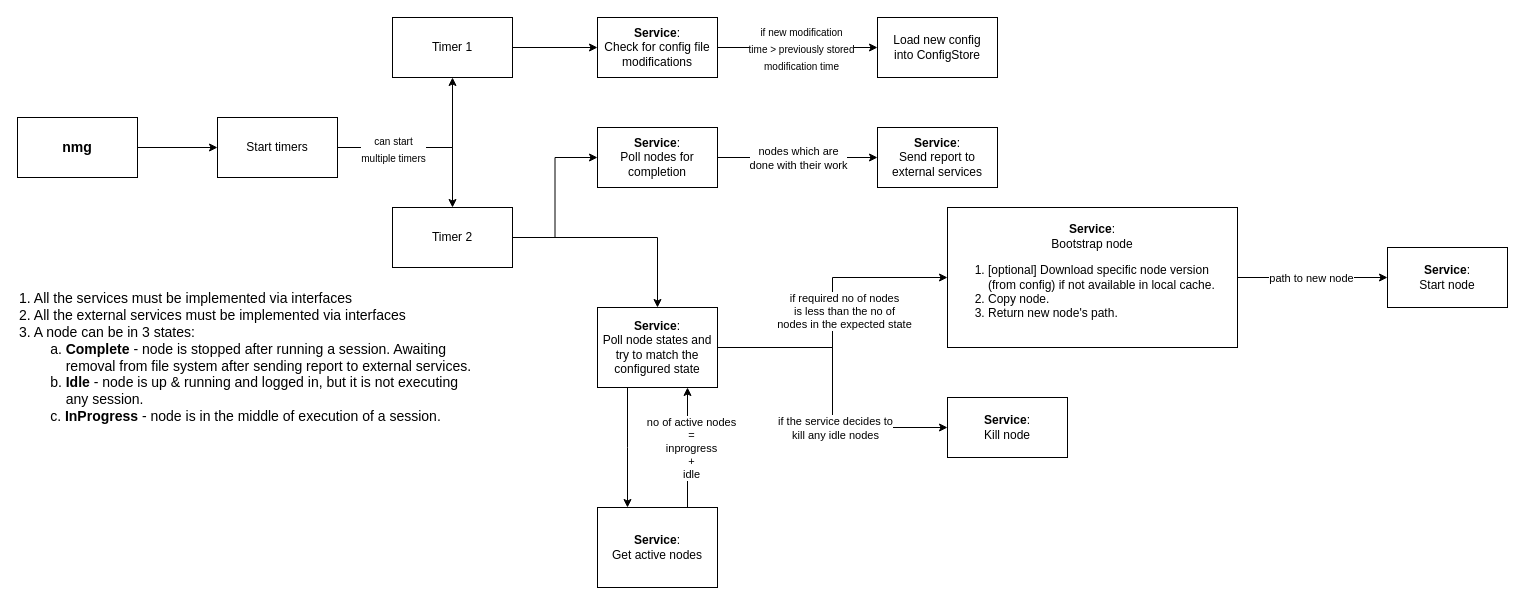
Earlier version of the draw.io diagram page "Page-1" (1 of 2) of docs/node_manager.drawio (sazid/node_manager). Source tidied: cells renumbered, new cells numbered last; positions are measured from the earlier drawing's top-left corner, leaving out a move shared by most shapes. Both pictures are drawn from the tidied source at 100%, with x=0, y=0 at pixel (17, 17).
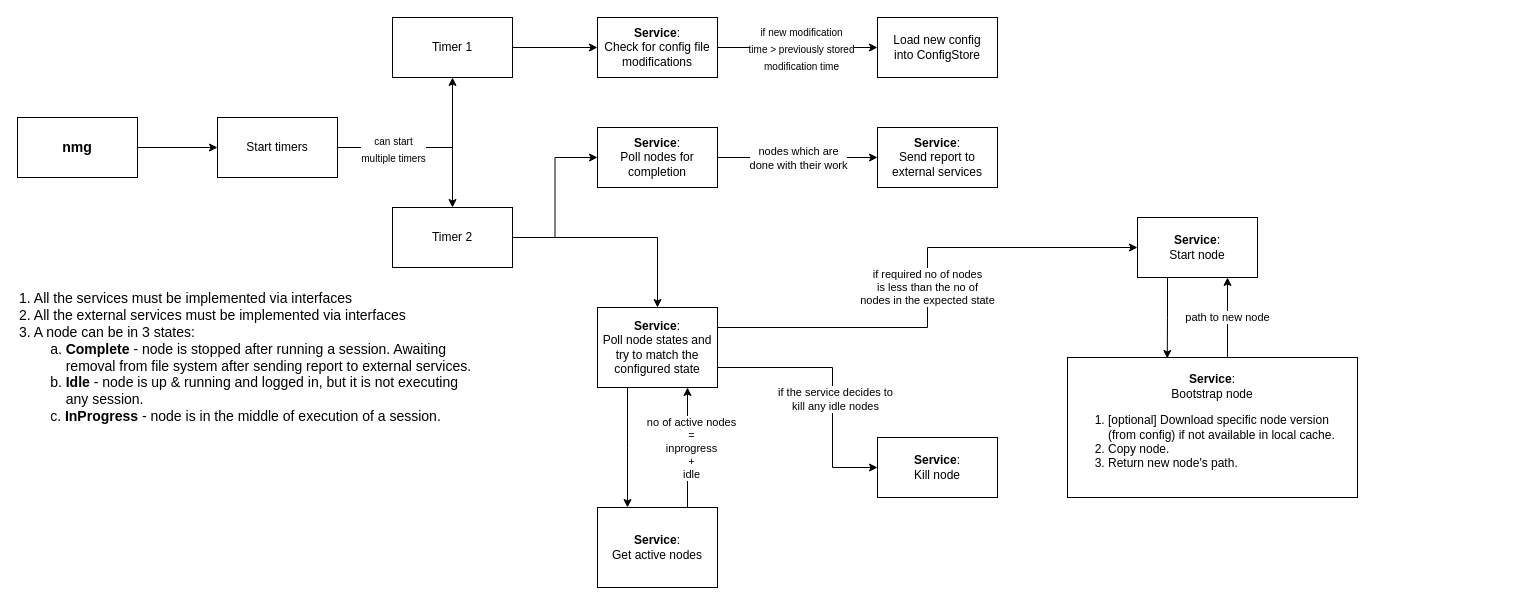
After the change.

Commit message (it also covers changes not shown here):
add bootstrap node service with tests

The change refers to these unchanged cells:
```xml
<mxCell id="22" value="&lt;div&gt;&lt;b&gt;Service&lt;/b&gt;:&lt;/div&gt;Poll node states and try to match the configured state" style="rounded=0;whiteSpace=wrap;html=1;" parent="1" vertex="1">
  <mxGeometry x="580" y="290" width="120" height="80" as="geometry" />
</mxCell>
```

Change to the diagram source:
```diff
@@
-    <mxCell id="18" style="edgeStyle=orthogonalEdgeStyle;rounded=0;jettySize=auto;html=1;entryX=0;entryY=0.5;entryDx=0;entryDy=0;fontSize=12;" parent="1" edge="1" source="22" target="29">
-      <mxGeometry relative="1" as="geometry" />
-    </mxCell>
-    <mxCell id="19" value="&lt;font style=&quot;font-size: 11px;&quot;&gt;if required no of nodes &lt;br style=&quot;font-size: 11px;&quot;&gt;is less than the no of&lt;br style=&quot;font-size: 11px;&quot;&gt;nodes in the expected state&lt;br style=&quot;font-size: 11px;&quot;&gt;&lt;/font&gt;" style="edgeLabel;html=1;align=center;verticalAlign=middle;fontSize=11;" parent="18" vertex="1">
-      <mxGeometry x="-0.13" y="-2" relative="1" as="geometry">
-        <mxPoint x="9" y="-21" as="offset" />
-      </mxGeometry>
-    </mxCell>
     <mxCell id="20" style="edgeStyle=orthogonalEdgeStyle;rounded=0;jettySize=auto;html=1;entryX=0;entryY=0.5;entryDx=0;entryDy=0;" parent="1" edge="1" source="22" target="34">
-      <mxGeometry relative="1" as="geometry" />
+      <mxGeometry relative="1" as="geometry">
+        <Array as="points">
+          <mxPoint x="815" y="350" />
+          <mxPoint x="815" y="450" />
+        </Array>
+      </mxGeometry>
     </mxCell>
     <mxCell id="21" value="if the service decides to&lt;br style=&quot;font-size: 11px;&quot;&gt;kill any idle nodes" style="edgeLabel;html=1;align=center;verticalAlign=middle;fontSize=11;" parent="20" vertex="1">
       <mxGeometry x="0.25" y="2" relative="1" as="geometry">
-        <mxPoint y="1" as="offset" />
+        <mxPoint y="-17" as="offset" />
       </mxGeometry>
     </mxCell>
+    <mxCell id="19" value="&lt;span style=&quot;color: rgb(0, 0, 0); font-size: 11px; font-style: normal; font-weight: 400; letter-spacing: normal; text-align: center; text-indent: 0px; text-transform: none; word-spacing: 0px; background-color: rgb(255, 255, 255); font-family: helvetica; display: inline; float: none;&quot;&gt;if required no of nodes&lt;/span&gt;&lt;br style=&quot;color: rgb(0, 0, 0); font-size: 11px; font-style: normal; font-weight: 400; letter-spacing: normal; text-align: center; text-indent: 0px; text-transform: none; word-spacing: 0px; background-color: rgb(255, 255, 255); font-family: helvetica;&quot;&gt;&lt;span style=&quot;color: rgb(0, 0, 0); font-size: 11px; font-style: normal; font-weight: 400; letter-spacing: normal; text-align: center; text-indent: 0px; text-transform: none; word-spacing: 0px; background-color: rgb(255, 255, 255); font-family: helvetica; display: inline; float: none;&quot;&gt;is less than the no of&lt;/span&gt;&lt;br style=&quot;color: rgb(0, 0, 0); font-size: 11px; font-style: normal; font-weight: 400; letter-spacing: normal; text-align: center; text-indent: 0px; text-transform: none; word-spacing: 0px; background-color: rgb(255, 255, 255); font-family: helvetica;&quot;&gt;&lt;span style=&quot;color: rgb(0, 0, 0); font-size: 11px; font-style: normal; font-weight: 400; letter-spacing: normal; text-align: center; text-indent: 0px; text-transform: none; word-spacing: 0px; background-color: rgb(255, 255, 255); font-family: helvetica; display: inline; float: none;&quot;&gt;nodes in the expected state&lt;/span&gt;" style="edgeStyle=orthogonalEdgeStyle;rounded=0;jettySize=auto;html=1;exitX=1;exitY=0.25;exitDx=0;exitDy=0;entryX=0;entryY=0.5;entryDx=0;entryDy=0;" parent="1" edge="1" source="22" target="35">
+      <mxGeometry relative="1" as="geometry" />
+    </mxCell>
@@
-    <mxCell id="27" style="edgeStyle=orthogonalEdgeStyle;rounded=0;jettySize=auto;html=1;" parent="1" edge="1" source="29" target="35">
-      <mxGeometry relative="1" as="geometry">
-        <Array as="points">
-          <mxPoint x="1140" y="260" />
-          <mxPoint x="1140" y="260" />
-        </Array>
-      </mxGeometry>
-    </mxCell>
-    <mxCell id="28" value="path to new node" style="edgeLabel;html=1;align=center;verticalAlign=middle;" parent="27" vertex="1">
-      <mxGeometry x="-0.28" y="2" relative="1" as="geometry">
-        <mxPoint x="19" y="2" as="offset" />
+    <mxCell id="28" value="path to new node" style="edgeStyle=orthogonalEdgeStyle;rounded=0;jettySize=auto;html=1;" parent="1" edge="1" source="29" target="35">
+      <mxGeometry relative="1" as="geometry">
+        <Array as="points">
+          <mxPoint x="1210" y="300" />
+          <mxPoint x="1210" y="300" />
+        </Array>
       </mxGeometry>
     </mxCell>
     <mxCell id="29" value="&lt;b&gt;Service&lt;/b&gt;:&lt;br&gt;Bootstrap node&lt;br&gt;&lt;div style=&quot;text-align: left&quot;&gt;&lt;ol&gt;&lt;li&gt;&lt;span&gt;[optional] Download specific node version (from config) if not available in local cache.&lt;/span&gt;&lt;/li&gt;&lt;li&gt;&lt;span&gt;Copy node.&lt;/span&gt;&lt;/li&gt;&lt;li&gt;&lt;span&gt;Return new node's path.&lt;/span&gt;&lt;/li&gt;&lt;/ol&gt;&lt;/div&gt;" style="rounded=0;whiteSpace=wrap;html=1;" parent="1" vertex="1">
-      <mxGeometry x="930" y="190" width="290" height="140" as="geometry" />
+      <mxGeometry x="1050" y="340" width="290" height="140" as="geometry" />
     </mxCell>
@@
     <mxCell id="34" value="&lt;b&gt;Service&lt;/b&gt;:&lt;br&gt;Kill node" style="rounded=0;whiteSpace=wrap;html=1;" parent="1" vertex="1">
-      <mxGeometry x="930" y="380" width="120" height="60" as="geometry" />
+      <mxGeometry x="860" y="420" width="120" height="60" as="geometry" />
     </mxCell>
+    <mxCell id="36" style="edgeStyle=orthogonalEdgeStyle;rounded=0;jettySize=auto;html=1;exitX=0.25;exitY=1;exitDx=0;exitDy=0;entryX=0.344;entryY=0.007;entryDx=0;entryDy=0;entryPerimeter=0;" parent="1" edge="1" source="35" target="29">
+      <mxGeometry relative="1" as="geometry" />
+    </mxCell>
     <mxCell id="35" value="&lt;b&gt;Service&lt;/b&gt;:&lt;br&gt;Start node" style="rounded=0;whiteSpace=wrap;html=1;" parent="1" vertex="1">
-      <mxGeometry x="1370" y="230" width="120" height="60" as="geometry" />
+      <mxGeometry x="1120" y="200" width="120" height="60" as="geometry" />
     </mxCell>
```
